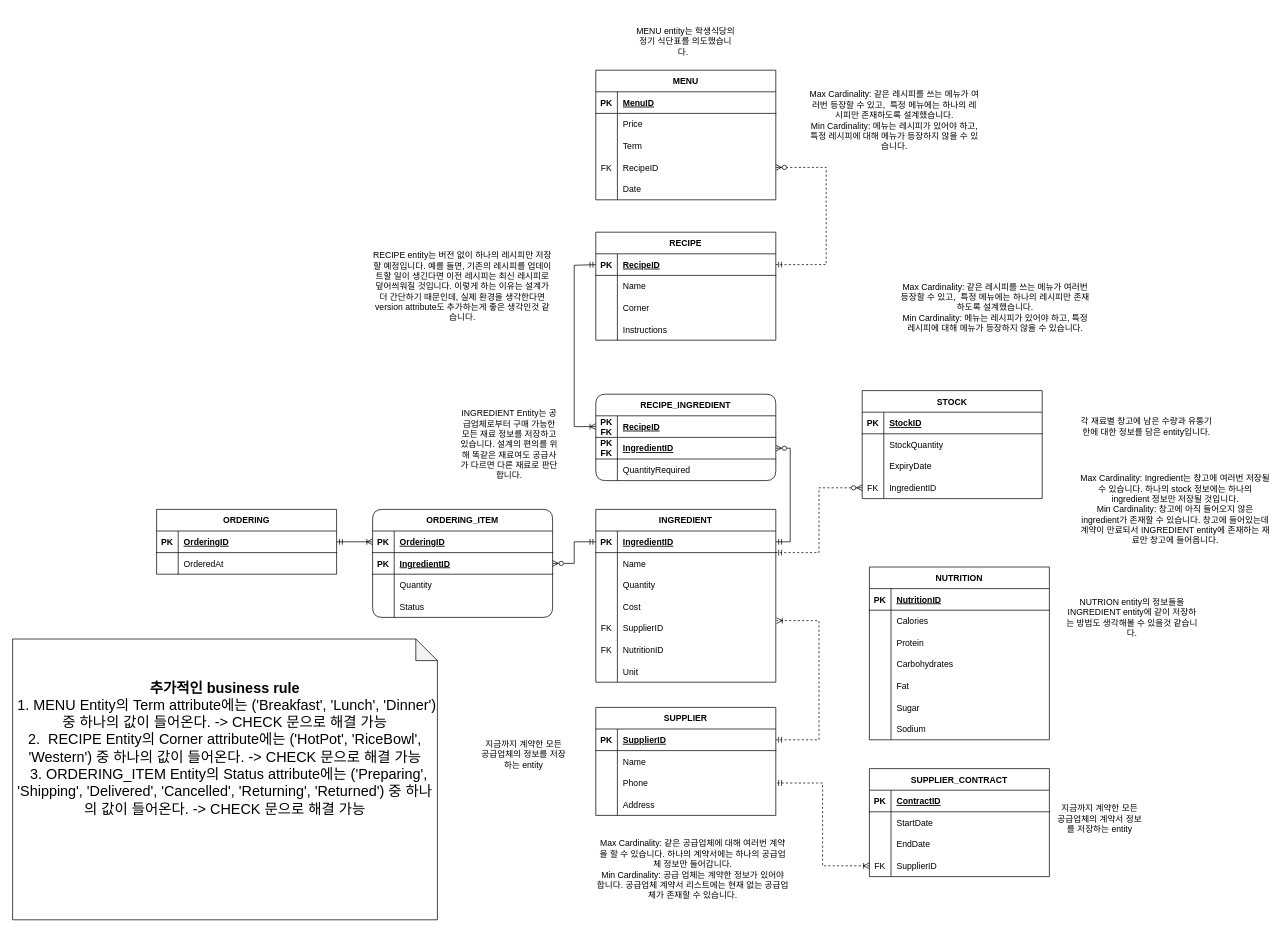
This is resource/FOOD_CRM.drawio from cryscham123/ERdiagram, a draw.io file, before an edit. Source tidied: cells renumbered, new cells numbered last; positions are measured from the earlier drawing's top-left corner, leaving out a move shared by most shapes. Both pictures are drawn from the tidied source at 72%, with x=0, y=0 at pixel (12, 12).
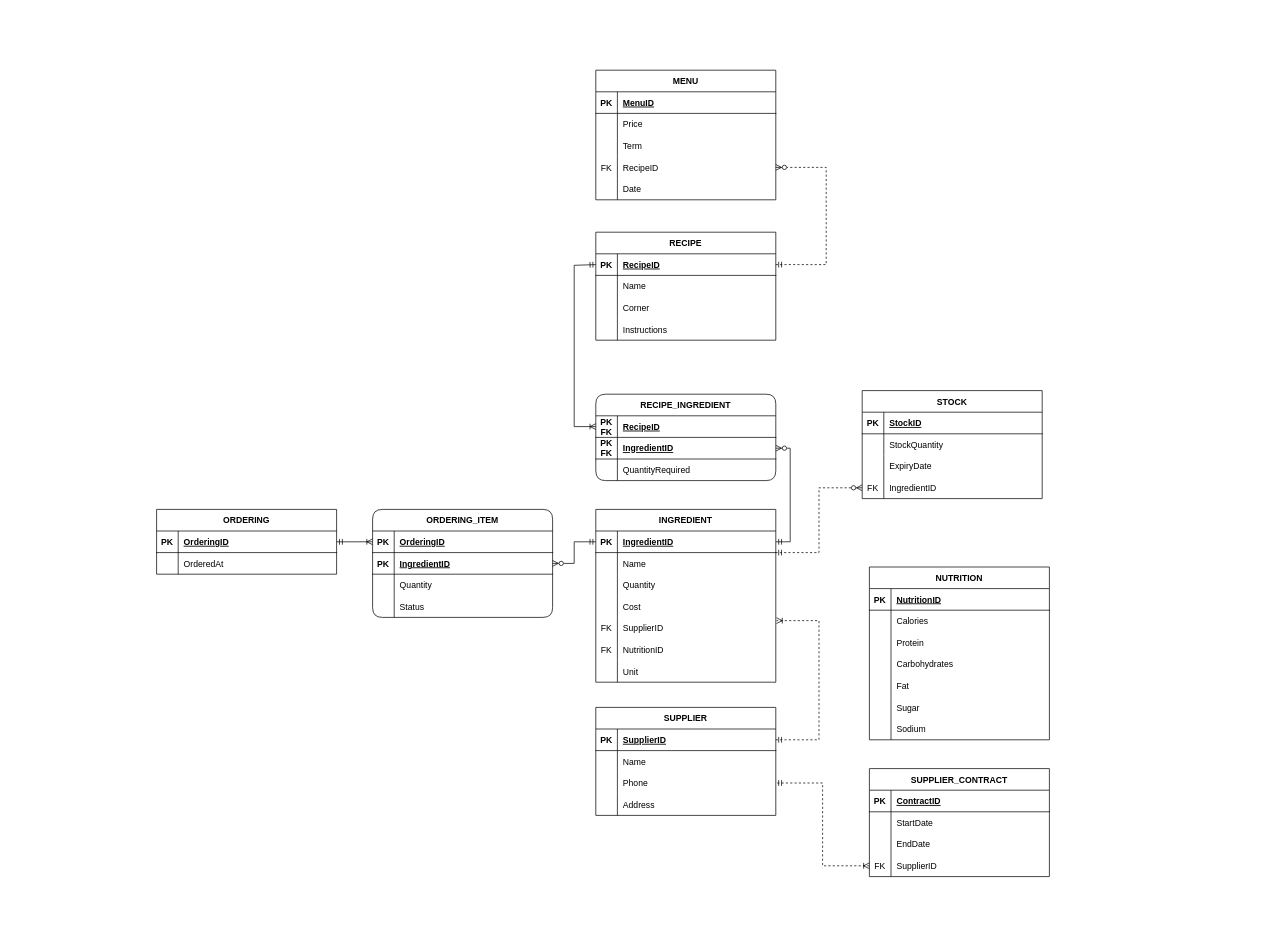
The same page after the edit.

Change to the diagram source:
```diff
@@
-    <mxCell id="151" value="MENU entity는 학생식당의 정기 식단표를 의도했습니다.&amp;nbsp;&amp;nbsp;" style="text;html=1;align=center;verticalAlign=middle;whiteSpace=wrap;rounded=0;" parent="1" vertex="1">
-      <mxGeometry x="860" width="150" height="80" as="geometry" />
-    </mxCell>
-    <mxCell id="152" value="Max Cardinality: 같은 레시피를 쓰는 메뉴가 여러번 등장할 수 있고,&amp;nbsp; 특정 메뉴에는 하나의 레시피만 존재하도록 설계했습니다.&lt;div&gt;Min Cardinality: 메뉴는 레시피가 있어야 하고, 특정 레시피에 대해 메뉴가 등장하지 않을 수 있습니다.&lt;/div&gt;" style="text;html=1;align=center;verticalAlign=middle;whiteSpace=wrap;rounded=0;" parent="1" vertex="1">
-      <mxGeometry x="1105" y="110" width="240" height="80" as="geometry" />
-    </mxCell>
-    <mxCell id="153" value="RECIPE entity는 버전 없이 하나의 레시피만 저장할 예정입니다. 예를 들면, 기존의 레시피를 업데이트할 일이 생긴다면 이전 레시피는 최신 레시피로 덮어씌워질 것입니다. 이렇게 하는 이유는 설계가 더 간단하기 때문인데, 실제 환경을 생각한다면 version attribute도 추가하는게 좋은 생각인것 같습니다." style="text;html=1;align=center;verticalAlign=middle;whiteSpace=wrap;rounded=0;" parent="1" vertex="1">
-      <mxGeometry x="500" y="340" width="250" height="80" as="geometry" />
-    </mxCell>
-    <mxCell id="154" value="Max Cardinality: 같은 레시피를 쓰는 메뉴가 여러번 등장할 수 있고,&amp;nbsp; 특정 메뉴에는 하나의 레시피만 존재하도록 설계했습니다.&lt;div&gt;Min Cardinality: 메뉴는 레시피가 있어야 하고, 특정 레시피에 대해 메뉴가 등장하지 않을 수 있습니다.&lt;/div&gt;" style="text;html=1;align=center;verticalAlign=middle;whiteSpace=wrap;rounded=0;" parent="1" vertex="1">
-      <mxGeometry x="1230" y="370" width="270" height="80" as="geometry" />
-    </mxCell>
-    <mxCell id="155" value="&lt;div&gt;&lt;span style=&quot;background-color: initial;&quot;&gt;NUTRION entity의 정보들을 INGREDIENT entity에 같이 저장하는 방법도 생각해볼 수 있을것 같습니다.&lt;/span&gt;&lt;br&gt;&lt;/div&gt;" style="text;html=1;align=center;verticalAlign=middle;whiteSpace=wrap;rounded=0;" parent="1" vertex="1">
-      <mxGeometry x="1460" y="800" width="190" height="80" as="geometry" />
-    </mxCell>
-    <mxCell id="156" value="&lt;div&gt;각 재료별 창고에 남은 수량과 유통기한에 대한 정보를 담은 entity입니다.&lt;/div&gt;" style="text;html=1;align=center;verticalAlign=middle;whiteSpace=wrap;rounded=0;" parent="1" vertex="1">
-      <mxGeometry x="1480" y="550" width="190" height="50" as="geometry" />
-    </mxCell>
-    <mxCell id="157" value="Max Cardinality: Ingredient는 창고에 여러번 저장될 수 있습니다. 하나의 stock 정보에는 하나의 ingredient 정보만 저장될 것입니다.&lt;div&gt;Min Cardinality: 창고에 아직 들어오지 않은 ingredient가 존재할 수 있습니다. 창고에 들어있는데 계약이 만료되서 INGREDIENT entity에 존재하는 재료만 창고에 들어옵니다.&lt;/div&gt;" style="text;html=1;align=center;verticalAlign=middle;whiteSpace=wrap;rounded=0;" parent="1" vertex="1">
-      <mxGeometry x="1480" y="650" width="270" height="80" as="geometry" />
-    </mxCell>
-    <mxCell id="158" value="Max Cardinality: 같은 공급업체에 대해 여러번 계약을 할 수 있습니다. 하나의 계약서에는 하나의 공급업체 정보만 들어갑니다.&lt;div&gt;Min Cardinality: 공급 업체는 계약한 정보가 있어야 합니다. 공급업체 계약서 리스트에는 현재 없는 공급업체가 존재할 수 있습니다.&lt;/div&gt;" style="text;html=1;align=center;verticalAlign=middle;whiteSpace=wrap;rounded=0;" parent="1" vertex="1">
-      <mxGeometry x="810" y="1150" width="270" height="80" as="geometry" />
-    </mxCell>
-    <mxCell id="159" value="지금까지 계약한 모든 공급업체의 계약서 정보를 저장하는 entity" style="text;html=1;align=center;verticalAlign=middle;whiteSpace=wrap;rounded=0;" parent="1" vertex="1">
-      <mxGeometry x="1450" y="1080" width="120" height="80" as="geometry" />
-    </mxCell>
-    <mxCell id="160" value="지금까지 계약한 모든 공급업체의 정보를 저장하는 entity" style="text;html=1;align=center;verticalAlign=middle;whiteSpace=wrap;rounded=0;" parent="1" vertex="1">
-      <mxGeometry x="650" y="990" width="120" height="80" as="geometry" />
-    </mxCell>
-    <mxCell id="161" value="INGREDIENT Entity는 공급업체로부터 구매 가능한 모든 재료 정보를 저장하고 있습니다. 설계의 편의를 위해 똑같은 재료여도 공급사가 다르면 다른 재료로 판단합니다." style="text;html=1;align=center;verticalAlign=middle;whiteSpace=wrap;rounded=0;" parent="1" vertex="1">
-      <mxGeometry x="620" y="550" width="140" height="100" as="geometry" />
-    </mxCell>
@@
-    <mxCell id="163" value="&lt;div style=&quot;font-size: 20px;&quot;&gt;&lt;font style=&quot;font-size: 20px;&quot;&gt;&lt;b&gt;추가적인 business rule&lt;/b&gt;&lt;/font&gt;&lt;/div&gt;&lt;div style=&quot;font-size: 20px;&quot;&gt;&lt;font style=&quot;font-size: 20px;&quot;&gt;&amp;nbsp;1. MENU Entity의 Term attribute에는 ('Breakfast', 'Lunch', 'Dinner') 중 하나의 값이 들어온다. -&amp;gt; CHECK 문으로 해결 가능&lt;/font&gt;&lt;/div&gt;&lt;div style=&quot;font-size: 20px;&quot;&gt;&lt;font style=&quot;font-size: 20px;&quot;&gt;2.&amp;nbsp; RECIPE Entity의 Corner attribute에는 &lt;/font&gt;&lt;font style=&quot;font-size: 20px;&quot;&gt;('HotPot', 'RiceBowl', 'Western') 중 하나의 값이 들어온다. &lt;/font&gt;&lt;font style=&quot;font-size: 20px;&quot;&gt;-&amp;gt; CHECK 문으로 해결 가능&lt;/font&gt;&lt;/div&gt;&lt;div style=&quot;font-size: 20px;&quot;&gt;&lt;font style=&quot;font-size: 20px;&quot;&gt;&amp;nbsp; 3. ORDERING_ITEM Entity의 Status attribute에는 ('Preparing', 'Shipping', 'Delivered', 'Cancelled', 'Returning', 'Returned') 중 하나의 값이 들어온다. -&amp;gt; &lt;/font&gt;&lt;font style=&quot;font-size: 20px;&quot;&gt;CHECK 문으로 해결 가능&lt;/font&gt;&lt;/div&gt;&lt;div style=&quot;font-size: 20px;&quot;&gt;&lt;font style=&quot;font-size: 20px;&quot;&gt;&amp;nbsp;&lt;/font&gt;&lt;br&gt;&lt;br&gt;&lt;br&gt;&lt;/div&gt;&lt;div&gt;&lt;br&gt;&lt;/div&gt;" style="shape=note;whiteSpace=wrap;html=1;backgroundOutline=1;darkOpacity=0.05;" parent="1" vertex="1">
-      <mxGeometry y="870" width="590" height="390" as="geometry" />
-    </mxCell>
```
